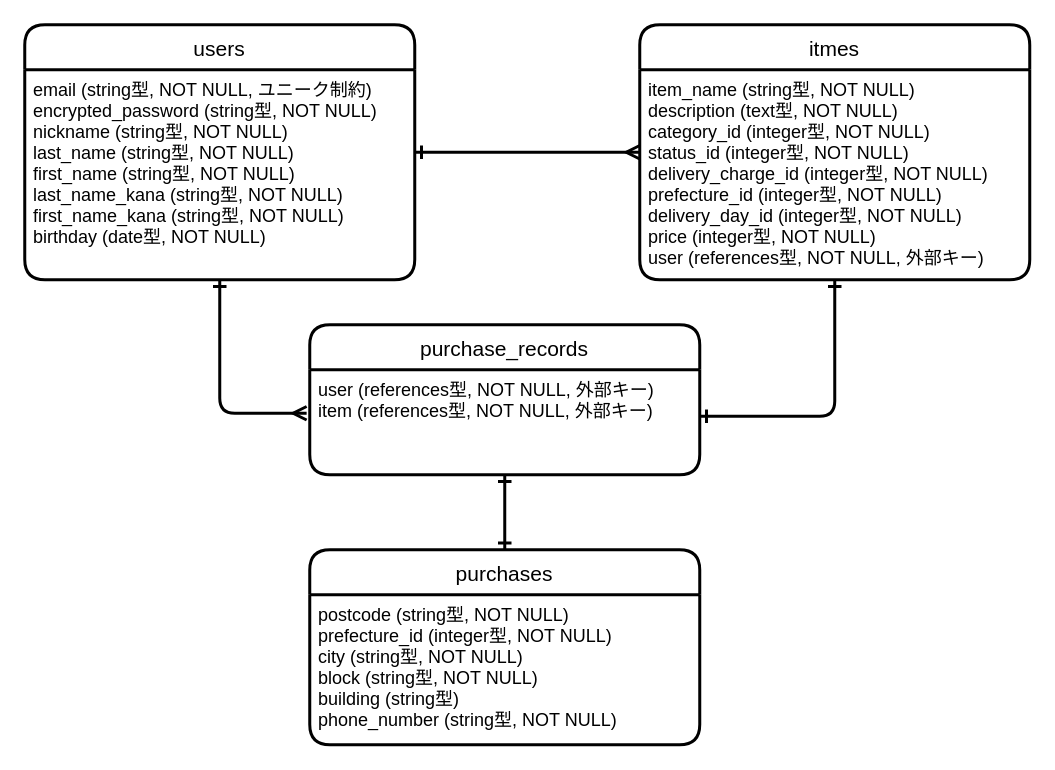
Above: ER.dio in mimimiguchi/furima-37173 (draw.io), before the change. Source tidied: cells renumbered, new cells numbered last; positions are measured from the earlier drawing's top-left corner, leaving out a move shared by most shapes. Both pictures are drawn from the tidied source at 150%, with x=0, y=0 at pixel (24, 24).
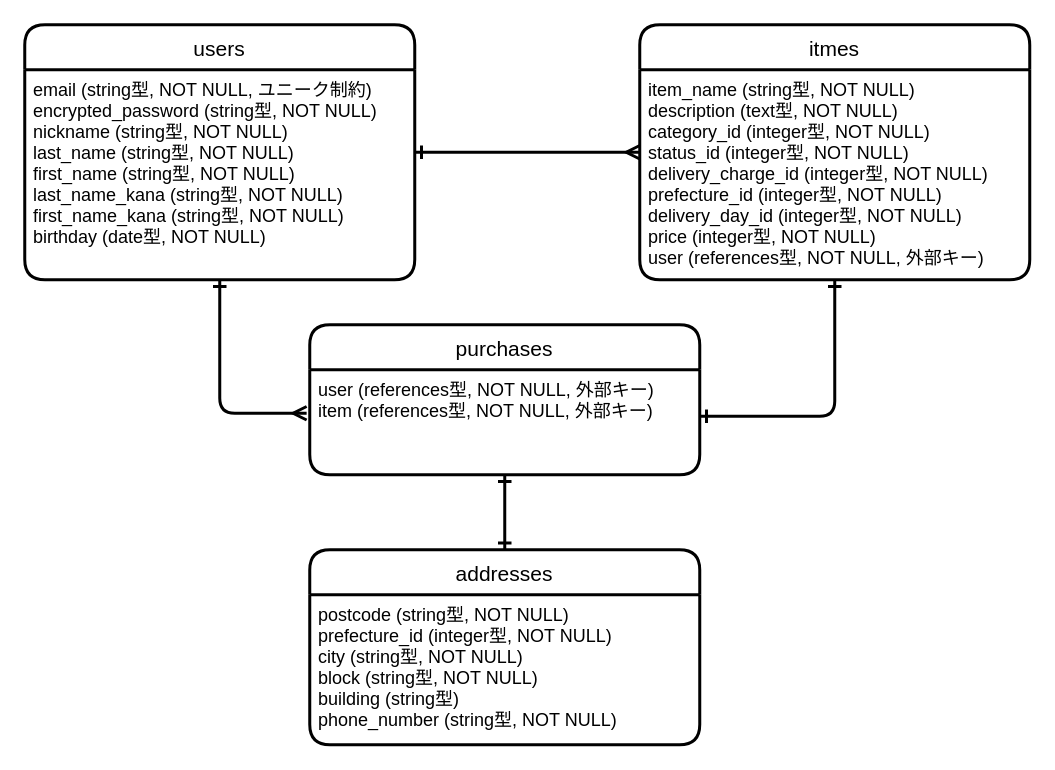
After the change.

Commit message (it also covers changes not shown here):
ER図、READMEのテーブル名　変更

The edit, as a diff of the source:
```diff
@@
 <mxGraphModel>
   <root>
     <mxCell id="0" />
     <mxCell id="1" parent="0" />
     <mxCell id="2" value="users" style="swimlane;horizontal=1;startSize=30;rounded=1;fontSize=14;fontStyle=0;strokeWidth=2;shadow=0;dashed=0;align=center;" parent="1" vertex="1">
       <mxGeometry width="260" height="170" as="geometry" />
     </mxCell>
     <mxCell id="3" value="email (string型, NOT NULL, ユニーク制約)&#10;encrypted_password (string型, NOT NULL)&#10;nickname (string型, NOT NULL)&#10;last_name (string型, NOT NULL)&#10;first_name (string型, NOT NULL)&#10;last_name_kana (string型, NOT NULL)&#10;first_name_kana (string型, NOT NULL)&#10;birthday (date型, NOT NULL)" style="align=left;strokeColor=none;fillColor=none;spacingLeft=4;fontSize=12;verticalAlign=top;" parent="2" vertex="1">
       <mxGeometry y="30" width="260" height="140" as="geometry" />
     </mxCell>
     <mxCell id="4" style="edgeStyle=orthogonalEdgeStyle;html=1;entryX=1;entryY=0.443;entryDx=0;entryDy=0;entryPerimeter=0;startArrow=ERone;startFill=0;endArrow=ERone;endFill=0;strokeWidth=2;" parent="1" edge="1" source="5" target="8">
       <mxGeometry relative="1" as="geometry" />
     </mxCell>
     <mxCell id="5" value="itmes" style="swimlane;horizontal=1;startSize=30;rounded=1;fontSize=14;fontStyle=0;strokeWidth=2;shadow=0;dashed=0;align=center;" parent="1" vertex="1">
       <mxGeometry x="410" width="260" height="170" as="geometry" />
     </mxCell>
     <mxCell id="6" value="item_name (string型, NOT NULL)&#10;description (text型, NOT NULL)&#10;category_id (integer型, NOT NULL)&#10;status_id (integer型, NOT NULL)&#10;delivery_charge_id (integer型, NOT NULL)&#10;prefecture_id (integer型, NOT NULL)&#10;delivery_day_id (integer型, NOT NULL)&#10;price (integer型, NOT NULL)&#10;user (references型, NOT NULL, 外部キー)&#10;" style="align=left;strokeColor=none;fillColor=none;spacingLeft=4;fontSize=12;verticalAlign=top;" parent="5" vertex="1">
       <mxGeometry y="30" width="260" height="140" as="geometry" />
     </mxCell>
-    <mxCell id="7" value="purchase_records" style="swimlane;horizontal=1;startSize=30;rounded=1;fontSize=14;fontStyle=0;strokeWidth=2;shadow=0;dashed=0;align=center;" parent="1" vertex="1">
+    <mxCell id="7" value="purchases" style="swimlane;horizontal=1;startSize=30;rounded=1;fontSize=14;fontStyle=0;strokeWidth=2;shadow=0;dashed=0;align=center;" parent="1" vertex="1">
       <mxGeometry x="190" y="200" width="260" height="100" as="geometry" />
     </mxCell>
     <mxCell id="8" value="user (references型, NOT NULL, 外部キー)&#10;item (references型, NOT NULL, 外部キー)" style="align=left;strokeColor=none;fillColor=none;spacingLeft=4;fontSize=12;verticalAlign=top;" parent="7" vertex="1">
       <mxGeometry y="30" width="260" height="70" as="geometry" />
     </mxCell>
     <mxCell id="9" style="edgeStyle=orthogonalEdgeStyle;html=1;startArrow=ERone;startFill=0;endArrow=ERmany;endFill=0;strokeWidth=2;" parent="1" edge="1" source="3" target="6">
       <mxGeometry relative="1" as="geometry">
         <Array as="points">
           <mxPoint x="310" y="85" />
           <mxPoint x="310" y="85" />
         </Array>
       </mxGeometry>
     </mxCell>
-    <mxCell id="10" value="purchases" style="swimlane;horizontal=1;startSize=30;rounded=1;fontSize=14;fontStyle=0;strokeWidth=2;shadow=0;dashed=0;align=center;" parent="1" vertex="1">
+    <mxCell id="10" value="addresses" style="swimlane;horizontal=1;startSize=30;rounded=1;fontSize=14;fontStyle=0;strokeWidth=2;shadow=0;dashed=0;align=center;" parent="1" vertex="1">
       <mxGeometry x="190" y="350" width="260" height="130" as="geometry" />
     </mxCell>
     <mxCell id="11" value="postcode (string型, NOT NULL)&#10;prefecture_id (integer型, NOT NULL)&#10;city (string型, NOT NULL)&#10;block (string型, NOT NULL)&#10;building (string型)&#10;phone_number (string型, NOT NULL)" style="align=left;strokeColor=none;fillColor=none;spacingLeft=4;fontSize=12;verticalAlign=top;" parent="10" vertex="1">
       <mxGeometry y="30" width="260" height="100" as="geometry" />
     </mxCell>
     <mxCell id="12" style="edgeStyle=orthogonalEdgeStyle;html=1;entryX=-0.008;entryY=0.414;entryDx=0;entryDy=0;entryPerimeter=0;endArrow=ERmany;endFill=0;strokeWidth=2;startArrow=ERone;startFill=0;" parent="1" edge="1" source="3" target="8">
       <mxGeometry relative="1" as="geometry">
         <Array as="points">
           <mxPoint x="130" y="259" />
         </Array>
       </mxGeometry>
     </mxCell>
     <mxCell id="13" style="edgeStyle=orthogonalEdgeStyle;html=1;startArrow=ERone;startFill=0;endArrow=ERone;endFill=0;strokeWidth=2;" parent="1" edge="1" source="8" target="10">
       <mxGeometry relative="1" as="geometry" />
     </mxCell>
   </root>
 </mxGraphModel>
```
